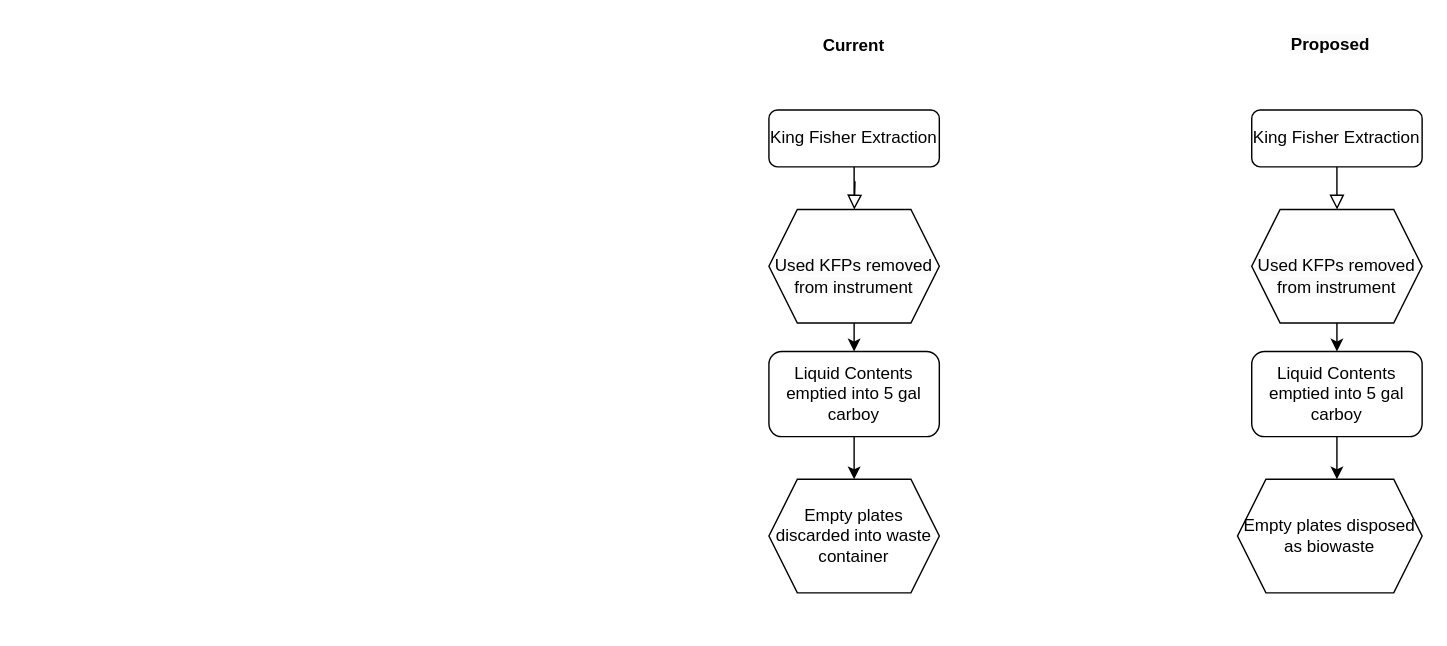
Before: LP EtOH Waste Stream.drawio in PhoenixTagal/lab-waste-tracker, a draw.io diagram. Source tidied: cells renumbered, new cells numbered last; positions are measured from the earlier drawing's top-left corner, leaving out a move shared by most shapes. Both pictures are drawn from the tidied source at 142%, with x=0, y=0 at pixel (768, 24).
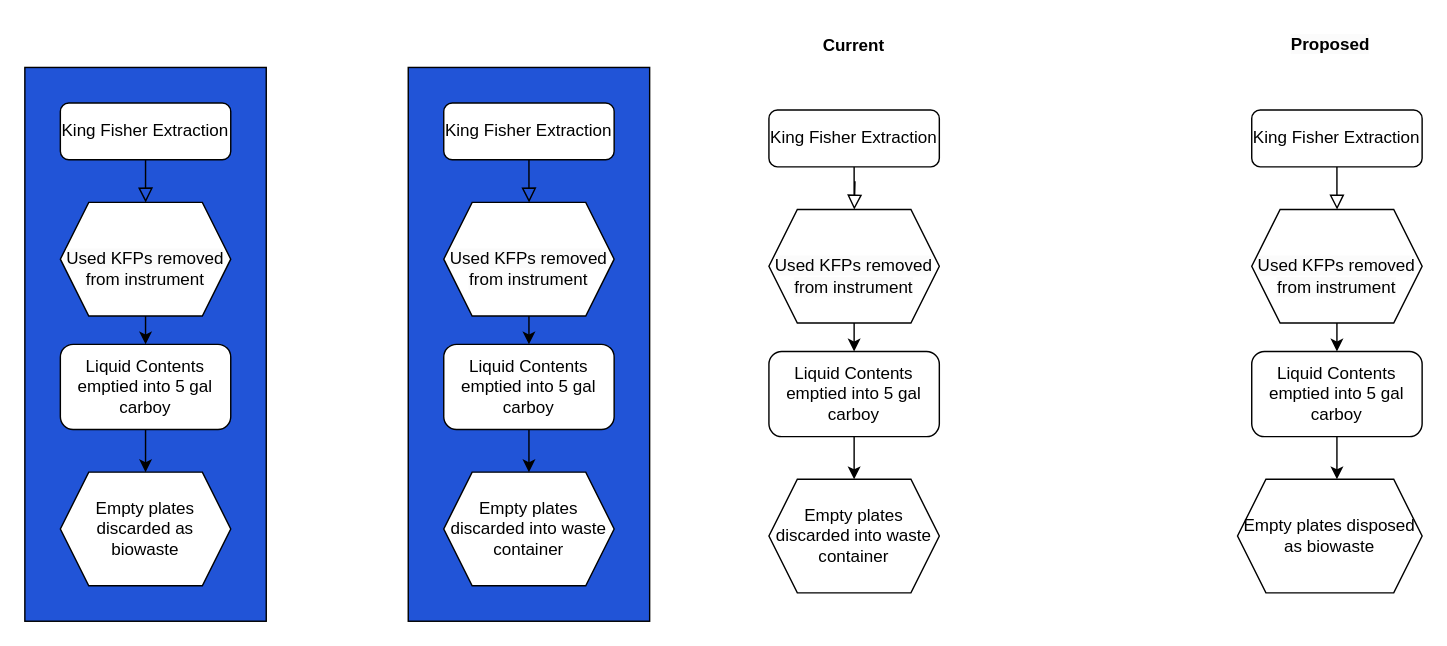
The same diagram, later.

What changed in the source:
```diff
@@
+    <mxCell id="18" style="rounded=0;whiteSpace=wrap;html=1;fillColor=#2154d7;" parent="1" vertex="1">
+      <mxGeometry x="-254" y="30" width="170" height="390" as="geometry" />
+    </mxCell>
+    <mxCell id="19" style="rounded=0;html=1;jettySize=auto;fontSize=11;endArrow=block;endFill=0;endSize=8;strokeWidth=1;shadow=0;labelBackgroundColor=none;edgeStyle=orthogonalEdgeStyle;" parent="1" edge="1" source="20">
+      <mxGeometry relative="1" as="geometry">
+        <mxPoint x="-168.9" y="125.1" as="targetPoint" />
+      </mxGeometry>
+    </mxCell>
+    <mxCell id="20" value="King Fisher Extraction" style="rounded=1;whiteSpace=wrap;html=1;fontSize=12;glass=0;strokeWidth=1;shadow=0;" parent="1" vertex="1">
+      <mxGeometry x="-229" y="55" width="120" height="40" as="geometry" />
+    </mxCell>
+    <mxCell id="21" style="edgeStyle=orthogonalEdgeStyle;rounded=0;jettySize=auto;html=1;exitX=0.5;exitY=1;exitDx=0;exitDy=0;entryX=0.5;entryY=0;entryDx=0;entryDy=0;" parent="1" edge="1" target="23">
+      <mxGeometry relative="1" as="geometry">
+        <mxPoint x="-169" y="205" as="sourcePoint" />
+      </mxGeometry>
+    </mxCell>
+    <mxCell id="22" style="edgeStyle=orthogonalEdgeStyle;rounded=0;jettySize=auto;html=1;exitX=0.5;exitY=1;exitDx=0;exitDy=0;entryX=0.5;entryY=0;entryDx=0;entryDy=0;" parent="1" edge="1" source="23">
+      <mxGeometry relative="1" as="geometry">
+        <mxPoint x="-169" y="315" as="targetPoint" />
+      </mxGeometry>
+    </mxCell>
+    <mxCell id="23" value="Liquid Contents emptied into 5 gal carboy" style="rounded=1;whiteSpace=wrap;html=1;" parent="1" vertex="1">
+      <mxGeometry x="-229" y="225" width="120" height="60" as="geometry" />
+    </mxCell>
+    <mxCell id="24" value="&lt;br&gt;&lt;span style=&quot;color: rgb(0, 0, 0); font-family: Helvetica; font-size: 12px; font-style: normal; font-variant-ligatures: normal; font-variant-caps: normal; font-weight: 400; letter-spacing: normal; orphans: 2; text-align: center; text-indent: 0px; text-transform: none; widows: 2; word-spacing: 0px; -webkit-text-stroke-width: 0px; background-color: rgb(251, 251, 251); text-decoration-thickness: initial; text-decoration-style: initial; text-decoration-color: initial; float: none; display: inline !important;&quot;&gt;Used KFPs removed from instrument&lt;/span&gt;&lt;br&gt;" style="shape=hexagon;perimeter=hexagonPerimeter2;whiteSpace=wrap;html=1;fixedSize=1;" parent="1" vertex="1">
+      <mxGeometry x="-229" y="125" width="120" height="80" as="geometry" />
+    </mxCell>
+    <mxCell id="25" value="Empty plates discarded into waste container" style="shape=hexagon;perimeter=hexagonPerimeter2;whiteSpace=wrap;html=1;fixedSize=1;" parent="1" vertex="1">
+      <mxGeometry x="-229" y="315" width="120" height="80" as="geometry" />
+    </mxCell>
+    <mxCell id="26" style="rounded=0;whiteSpace=wrap;html=1;fillColor=#2154d7;" parent="1" vertex="1">
+      <mxGeometry x="-524" y="30" width="170" height="390" as="geometry" />
+    </mxCell>
+    <mxCell id="27" style="rounded=0;html=1;jettySize=auto;fontSize=11;endArrow=block;endFill=0;endSize=8;strokeWidth=1;shadow=0;labelBackgroundColor=none;edgeStyle=orthogonalEdgeStyle;" parent="1" edge="1" source="28">
+      <mxGeometry relative="1" as="geometry">
+        <mxPoint x="-438.9" y="125.1" as="targetPoint" />
+      </mxGeometry>
+    </mxCell>
+    <mxCell id="28" value="King Fisher Extraction" style="rounded=1;whiteSpace=wrap;html=1;fontSize=12;glass=0;strokeWidth=1;shadow=0;" parent="1" vertex="1">
+      <mxGeometry x="-499" y="55" width="120" height="40" as="geometry" />
+    </mxCell>
+    <mxCell id="29" style="edgeStyle=orthogonalEdgeStyle;rounded=0;jettySize=auto;html=1;exitX=0.5;exitY=1;exitDx=0;exitDy=0;entryX=0.5;entryY=0;entryDx=0;entryDy=0;" parent="1" edge="1" target="31">
+      <mxGeometry relative="1" as="geometry">
+        <mxPoint x="-439" y="205" as="sourcePoint" />
+      </mxGeometry>
+    </mxCell>
+    <mxCell id="30" style="edgeStyle=orthogonalEdgeStyle;rounded=0;jettySize=auto;html=1;exitX=0.5;exitY=1;exitDx=0;exitDy=0;entryX=0.5;entryY=0;entryDx=0;entryDy=0;" parent="1" edge="1" source="31">
+      <mxGeometry relative="1" as="geometry">
+        <mxPoint x="-439" y="315" as="targetPoint" />
+      </mxGeometry>
+    </mxCell>
+    <mxCell id="31" value="Liquid Contents emptied into 5 gal carboy" style="rounded=1;whiteSpace=wrap;html=1;" parent="1" vertex="1">
+      <mxGeometry x="-499" y="225" width="120" height="60" as="geometry" />
+    </mxCell>
+    <mxCell id="32" value="&lt;br&gt;&lt;span style=&quot;color: rgb(0, 0, 0); font-family: Helvetica; font-size: 12px; font-style: normal; font-variant-ligatures: normal; font-variant-caps: normal; font-weight: 400; letter-spacing: normal; orphans: 2; text-align: center; text-indent: 0px; text-transform: none; widows: 2; word-spacing: 0px; -webkit-text-stroke-width: 0px; background-color: rgb(251, 251, 251); text-decoration-thickness: initial; text-decoration-style: initial; text-decoration-color: initial; float: none; display: inline !important;&quot;&gt;Used KFPs removed from instrument&lt;/span&gt;&lt;br&gt;" style="shape=hexagon;perimeter=hexagonPerimeter2;whiteSpace=wrap;html=1;fixedSize=1;" parent="1" vertex="1">
+      <mxGeometry x="-499" y="125" width="120" height="80" as="geometry" />
+    </mxCell>
+    <mxCell id="33" value="Empty plates discarded as biowaste" style="shape=hexagon;perimeter=hexagonPerimeter2;whiteSpace=wrap;html=1;fixedSize=1;" parent="1" vertex="1">
+      <mxGeometry x="-499" y="315" width="120" height="80" as="geometry" />
+    </mxCell>
```
